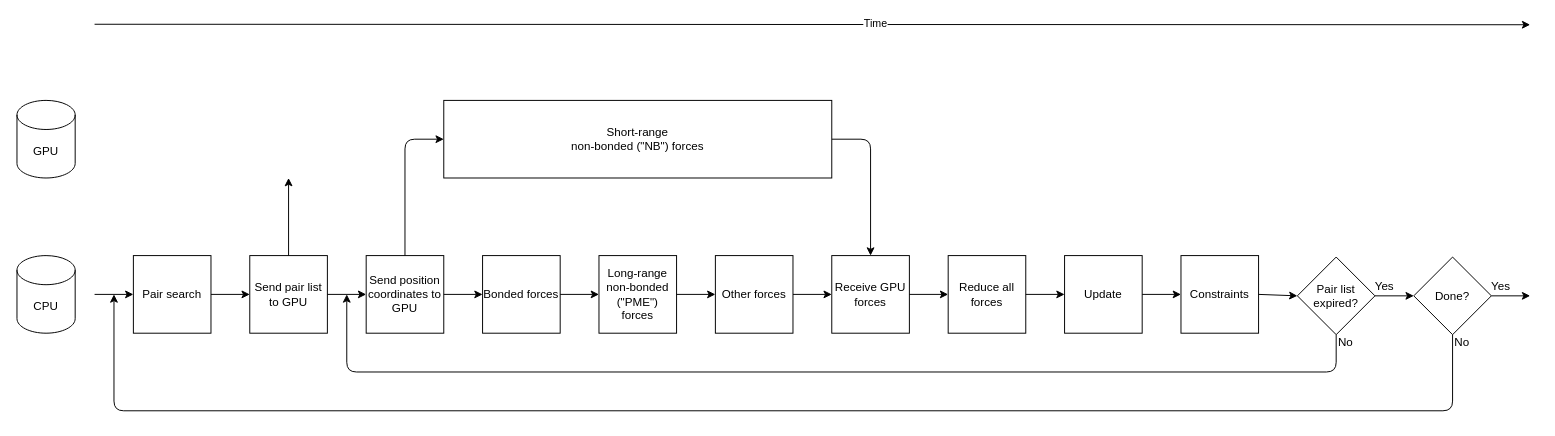
ENCCS/gromacs-gpu-performance keeps this draw.io diagram as content/diagrams/molecular-dynamics-workflow-on-cpu-and-one-gpu.drawio. Above is the earlier version. Source tidied: cells renumbered, new cells numbered last; positions are measured from the earlier drawing's top-left corner, leaving out a move shared by most shapes. Both pictures are drawn from the tidied source at 97%, with x=0, y=0 at pixel (16, 24).
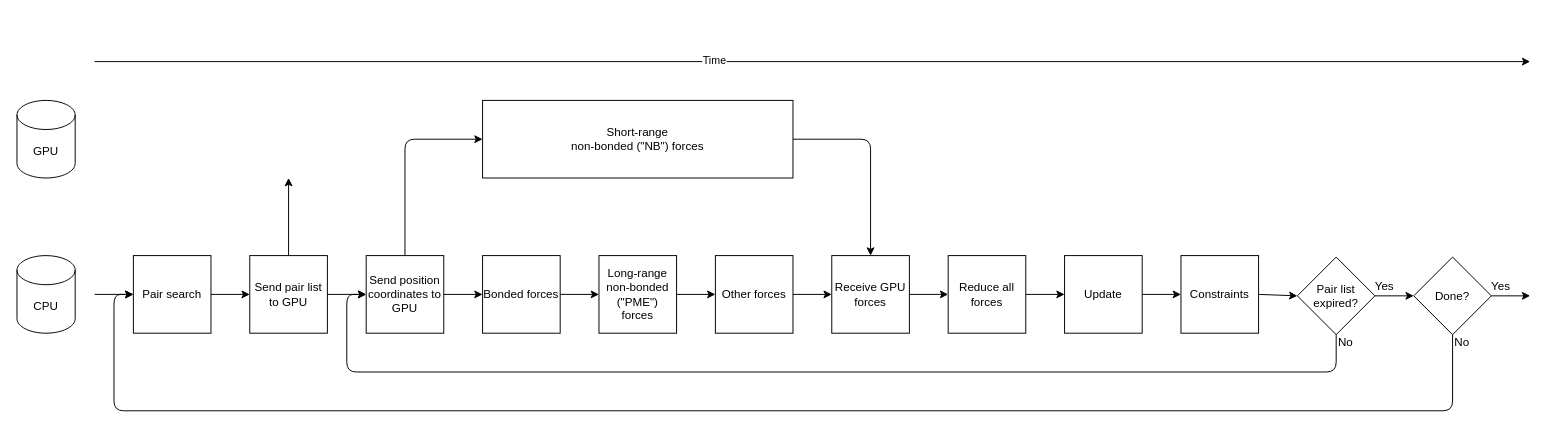
The same page after the edit.

The change refers to these unchanged cells:
```xml
<mxCell id="9" value="Pair list expired?" style="rhombus;whiteSpace=wrap;html=1;" parent="1" vertex="1">
  <mxGeometry x="1320" y="239.5" width="80" height="80" as="geometry" />
</mxCell>
<mxCell id="19" value="Done?" style="rhombus;whiteSpace=wrap;html=1;" parent="1" vertex="1">
  <mxGeometry x="1440" y="239.5" width="80" height="80" as="geometry" />
</mxCell>
<mxCell id="30" value="Send position coordinates to GPU" style="whiteSpace=wrap;html=1;" parent="1" vertex="1">
  <mxGeometry x="360" y="238" width="80" height="80" as="geometry" />
</mxCell>
```

The edit, as a diff of the source:
```diff
@@
     <mxCell id="2" style="endArrow=classic;html=1;" parent="1" edge="1">
       <mxGeometry relative="1" as="geometry">
-        <mxPoint x="80" y="-0.5" as="sourcePoint" />
-        <mxPoint x="1560" as="targetPoint" />
+        <mxPoint x="80" y="38" as="sourcePoint" />
+        <mxPoint x="1560" y="38" as="targetPoint" />
       </mxGeometry>
     </mxCell>
     <mxCell id="3" value="Time" style="edgeLabel;html=1;align=center;verticalAlign=middle;" parent="2" vertex="1">
       <mxGeometry x="0.14" y="3" relative="1" as="geometry">
-        <mxPoint x="-40" y="1.5" as="offset" />
+        <mxPoint x="-205" y="1.5" as="offset" />
       </mxGeometry>
     </mxCell>
@@
     <mxCell id="22" style="endArrow=classic;html=1;exitX=0.5;exitY=1;exitDx=0;exitDy=0;" parent="1" edge="1" source="19">
       <mxGeometry relative="1" as="geometry">
-        <mxPoint x="100" y="278" as="targetPoint" />
+        <mxPoint x="120" y="278" as="targetPoint" />
         <Array as="points">
           <mxPoint x="1480" y="398" />
           <mxPoint x="100" y="398" />
+          <mxPoint x="100" y="278" />
         </Array>
       </mxGeometry>
     </mxCell>
     <mxCell id="23" style="endArrow=classic;html=1;exitX=0.5;exitY=1;exitDx=0;exitDy=0;" parent="1" edge="1" source="9">
       <mxGeometry relative="1" as="geometry">
-        <mxPoint x="340" y="278" as="targetPoint" />
+        <mxPoint x="360" y="278" as="targetPoint" />
         <Array as="points">
           <mxPoint x="1360" y="358" />
           <mxPoint x="340" y="358" />
+          <mxPoint x="340" y="278" />
         </Array>
       </mxGeometry>
     </mxCell>
@@
-    <mxCell id="31" style="endArrow=classic;html=1;exitX=0.5;exitY=0;exitDx=0;exitDy=0;entryX=0;entryY=0.5;entryDx=0;entryDy=0;" parent="1" edge="1" source="30">
+    <mxCell id="31" style="endArrow=classic;html=1;exitX=0.5;exitY=0;exitDx=0;exitDy=0;entryX=0;entryY=0.5;entryDx=0;entryDy=0;" parent="1" edge="1" source="30" target="39">
       <mxGeometry relative="1" as="geometry">
-        <mxPoint x="440" y="118" as="targetPoint" />
         <Array as="points">
           <mxPoint x="400" y="118" />
         </Array>
       </mxGeometry>
     </mxCell>
@@
     <mxCell id="39" value="&lt;span&gt;Short-range&lt;/span&gt;&lt;br&gt;&lt;span&gt;non-bonded (&quot;NB&quot;) forces&lt;/span&gt;" style="rounded=0;whiteSpace=wrap;html=1;" parent="1" vertex="1">
-      <mxGeometry x="440" y="78" width="400" height="80" as="geometry" />
+      <mxGeometry x="480" y="78" width="320" height="80" as="geometry" />
     </mxCell>
```
